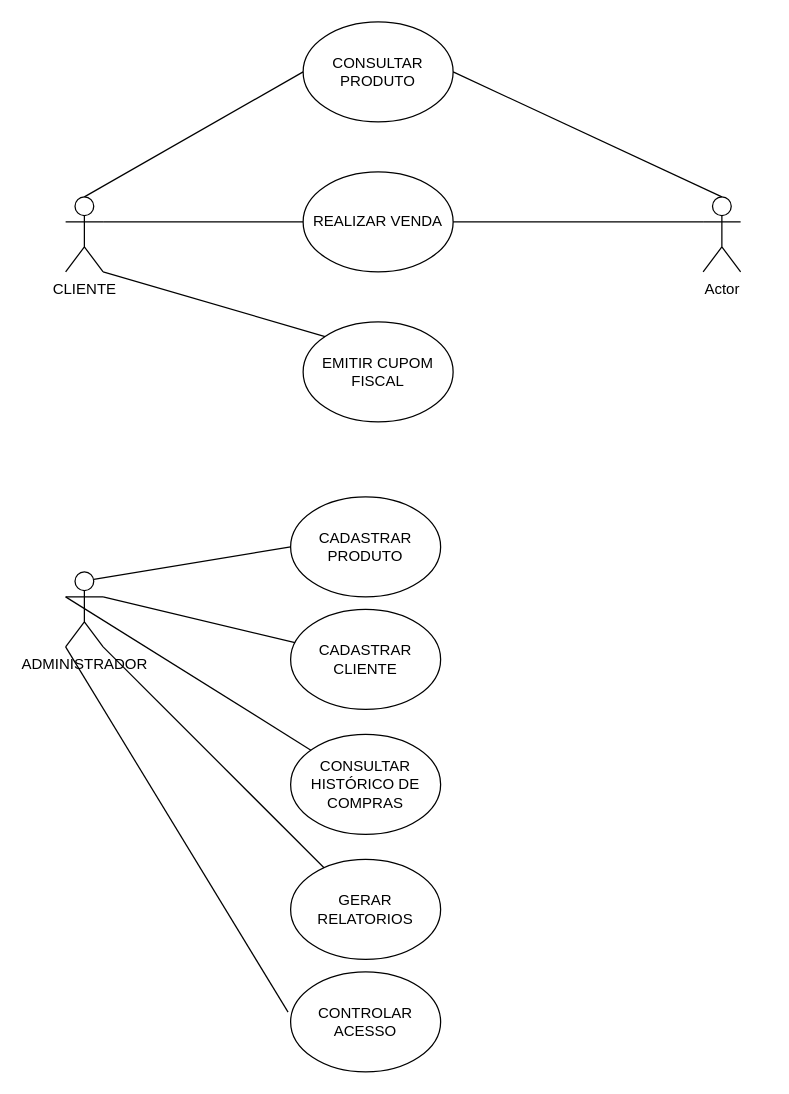
The draw.io diagram Diagrama sem nome.drawio in kaguigale/UML-Classroom-FCI, before the edit. Source tidied: cells renumbered, new cells numbered last; positions are measured from the earlier drawing's top-left corner, leaving out a move shared by most shapes. Both pictures are drawn from the tidied source at 125%, with x=0, y=0 at pixel (65, 21).
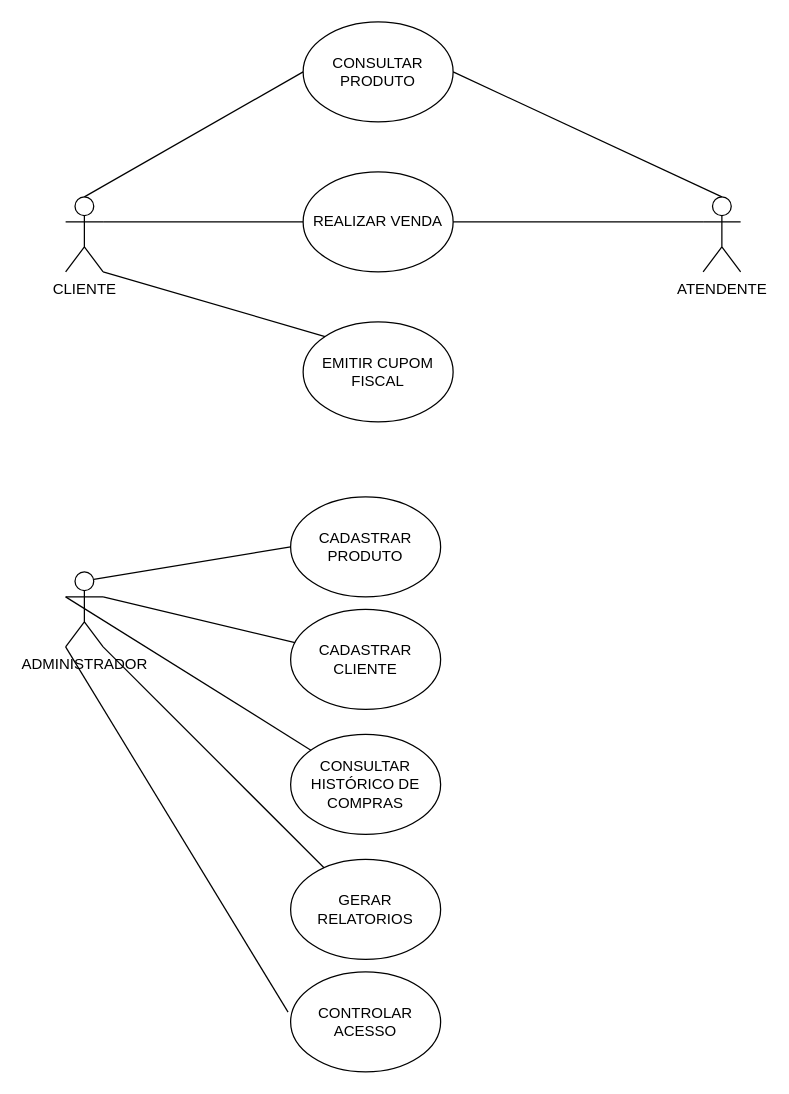
After the change.

Change to the diagram source:
```diff
@@
-    <mxCell id="3" value="Actor" style="shape=umlActor;verticalLabelPosition=bottom;verticalAlign=top;html=1;outlineConnect=0;" parent="1" vertex="1">
+    <mxCell id="3" value="ATENDENTE" style="shape=umlActor;verticalLabelPosition=bottom;verticalAlign=top;html=1;outlineConnect=0;" parent="1" vertex="1">
       <mxGeometry x="510" y="140" width="30" height="60" as="geometry" />
     </mxCell>
```
